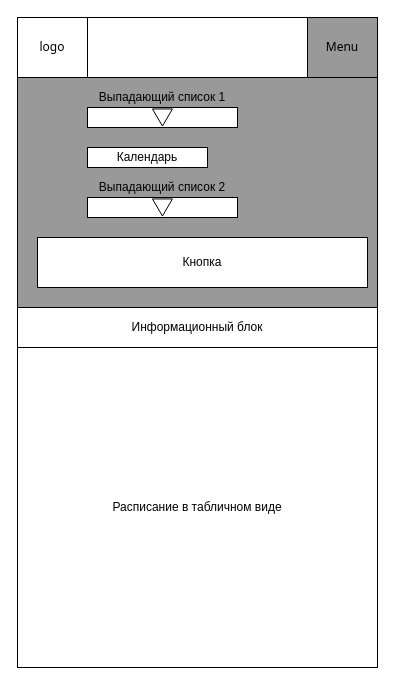
Earlier version of the draw.io diagram page "on mobile" (2 of 2) of my design.drawio (Sayikoro/DBFRead). Source tidied: cells renumbered, new cells numbered last; positions are measured from the earlier drawing's top-left corner, leaving out a move shared by most shapes. Both pictures are drawn from the tidied source at 100%, with x=0, y=0 at pixel (17, 17).
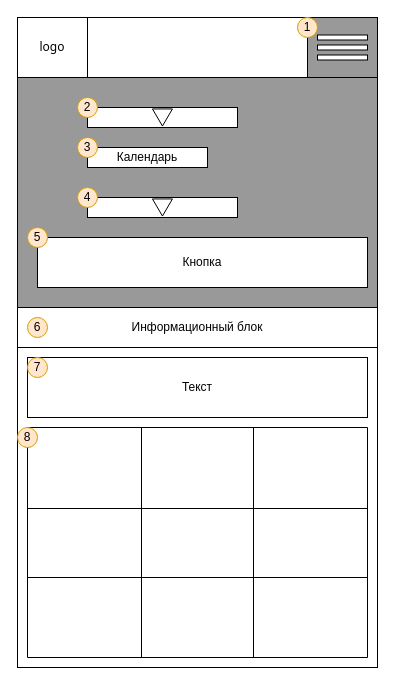
The same diagram, later.

Unchanged cells that the change refers to:
```xml
<mxCell id="11" style="group;" parent="1" vertex="1">
  <mxGeometry x="70" y="180" width="150" height="20" as="geometry" />
</mxCell>
```

The edit, as a diff of the source:
```diff
@@
-    <mxCell id="5" value="Menu" style="rounded=0;whiteSpace=wrap;html=1;fontFamily=Tahoma;align=center;labelBackgroundColor=none;fillColor=#999999;" parent="1" vertex="1">
+    <mxCell id="5" style="rounded=0;whiteSpace=wrap;html=1;fontFamily=Tahoma;align=center;labelBackgroundColor=none;fillColor=#999999;" parent="1" vertex="1">
       <mxGeometry x="290" width="70" height="60" as="geometry" />
     </mxCell>
@@
+    <mxCell id="19" value="4" style="ellipse;whiteSpace=wrap;html=1;fillColor=#ffe6cc;strokeColor=#d79b00;" parent="11" vertex="1">
+      <mxGeometry x="-10" y="-10" width="20" height="20" as="geometry" />
+    </mxCell>
@@
-    <mxCell id="17" value="Выпадающий список 1" style="text;html=1;strokeColor=none;fillColor=none;align=center;verticalAlign=middle;whiteSpace=wrap;rounded=0;fontColor=#000000;" parent="1" vertex="1">
-      <mxGeometry x="70" y="70" width="150" height="20" as="geometry" />
-    </mxCell>
-    <mxCell id="18" value="Выпадающий список 2" style="text;html=1;strokeColor=none;fillColor=none;align=center;verticalAlign=middle;whiteSpace=wrap;rounded=0;fontColor=#000000;" parent="1" vertex="1">
-      <mxGeometry x="70" y="160" width="150" height="20" as="geometry" />
-    </mxCell>
+    <mxCell id="20" style="shape=table;html=1;whiteSpace=wrap;startSize=0;childLayout=tableLayout;" parent="1" vertex="1">
+      <mxGeometry x="10" y="410" width="340" height="230" as="geometry" />
+    </mxCell>
+    <mxCell id="21" style="shape=partialRectangle;html=1;whiteSpace=wrap;fillColor=none;top=0;left=0;bottom=0;right=0;" parent="20" vertex="1">
+      <mxGeometry width="340" height="81" as="geometry" />
+    </mxCell>
+    <mxCell id="22" style="shape=partialRectangle;html=1;whiteSpace=wrap;fillColor=none;top=0;left=0;bottom=0;right=0;overflow=hidden;" parent="21" vertex="1">
+      <mxGeometry width="114" height="81" as="geometry" />
+    </mxCell>
+    <mxCell id="23" style="shape=partialRectangle;html=1;whiteSpace=wrap;fillColor=none;top=0;left=0;bottom=0;right=0;overflow=hidden;" parent="21" vertex="1">
+      <mxGeometry x="114" width="112" height="81" as="geometry" />
+    </mxCell>
+    <mxCell id="24" style="shape=partialRectangle;html=1;whiteSpace=wrap;fillColor=none;top=0;left=0;bottom=0;right=0;overflow=hidden;" parent="21" vertex="1">
+      <mxGeometry x="226" width="114" height="81" as="geometry" />
+    </mxCell>
+    <mxCell id="25" style="shape=partialRectangle;html=1;whiteSpace=wrap;fillColor=none;top=0;left=0;bottom=0;right=0;" parent="20" vertex="1">
+      <mxGeometry y="81" width="340" height="69" as="geometry" />
+    </mxCell>
+    <mxCell id="26" style="shape=partialRectangle;html=1;whiteSpace=wrap;fillColor=none;top=0;left=0;bottom=0;right=0;overflow=hidden;" parent="25" vertex="1">
+      <mxGeometry width="114" height="69" as="geometry" />
+    </mxCell>
+    <mxCell id="27" style="shape=partialRectangle;html=1;whiteSpace=wrap;fillColor=none;top=0;left=0;bottom=0;right=0;overflow=hidden;" parent="25" vertex="1">
+      <mxGeometry x="114" width="112" height="69" as="geometry" />
+    </mxCell>
+    <mxCell id="28" style="shape=partialRectangle;html=1;whiteSpace=wrap;fillColor=none;top=0;left=0;bottom=0;right=0;overflow=hidden;" parent="25" vertex="1">
+      <mxGeometry x="226" width="114" height="69" as="geometry" />
+    </mxCell>
+    <mxCell id="29" style="shape=partialRectangle;html=1;whiteSpace=wrap;fillColor=none;top=0;left=0;bottom=0;right=0;" parent="20" vertex="1">
+      <mxGeometry y="150" width="340" height="80" as="geometry" />
+    </mxCell>
+    <mxCell id="30" style="shape=partialRectangle;html=1;whiteSpace=wrap;fillColor=none;top=0;left=0;bottom=0;right=0;overflow=hidden;" parent="29" vertex="1">
+      <mxGeometry width="114" height="80" as="geometry" />
+    </mxCell>
+    <mxCell id="31" style="shape=partialRectangle;html=1;whiteSpace=wrap;fillColor=none;top=0;left=0;bottom=0;right=0;overflow=hidden;" parent="29" vertex="1">
+      <mxGeometry x="114" width="112" height="80" as="geometry" />
+    </mxCell>
+    <mxCell id="32" style="shape=partialRectangle;html=1;whiteSpace=wrap;fillColor=none;top=0;left=0;bottom=0;right=0;overflow=hidden;" parent="29" vertex="1">
+      <mxGeometry x="226" width="114" height="80" as="geometry" />
+    </mxCell>
+    <mxCell id="33" value="Текст" style="rounded=0;whiteSpace=wrap;html=1;" parent="1" vertex="1">
+      <mxGeometry x="10" y="340" width="340" height="60" as="geometry" />
+    </mxCell>
+    <mxCell id="34" style="rounded=0;whiteSpace=wrap;html=1;" parent="1" vertex="1">
+      <mxGeometry x="300" y="17.5" width="50" height="5" as="geometry" />
+    </mxCell>
+    <mxCell id="35" style="rounded=0;whiteSpace=wrap;html=1;" parent="1" vertex="1">
+      <mxGeometry x="300" y="27.5" width="50" height="5" as="geometry" />
+    </mxCell>
+    <mxCell id="36" style="rounded=0;whiteSpace=wrap;html=1;" parent="1" vertex="1">
+      <mxGeometry x="300" y="37.5" width="50" height="5" as="geometry" />
+    </mxCell>
+    <mxCell id="37" value="1" style="ellipse;whiteSpace=wrap;html=1;fillColor=#ffe6cc;strokeColor=#d79b00;" parent="1" vertex="1">
+      <mxGeometry x="280" width="20" height="20" as="geometry" />
+    </mxCell>
+    <mxCell id="38" value="2" style="ellipse;whiteSpace=wrap;html=1;fillColor=#ffe6cc;strokeColor=#d79b00;" parent="1" vertex="1">
+      <mxGeometry x="60" y="80" width="20" height="20" as="geometry" />
+    </mxCell>
+    <mxCell id="39" value="3" style="ellipse;whiteSpace=wrap;html=1;fillColor=#ffe6cc;strokeColor=#d79b00;" parent="1" vertex="1">
+      <mxGeometry x="60" y="120" width="20" height="20" as="geometry" />
+    </mxCell>
+    <mxCell id="40" value="5" style="ellipse;whiteSpace=wrap;html=1;fillColor=#ffe6cc;strokeColor=#d79b00;" parent="1" vertex="1">
+      <mxGeometry x="10" y="210" width="20" height="20" as="geometry" />
+    </mxCell>
+    <mxCell id="41" value="6" style="ellipse;whiteSpace=wrap;html=1;fillColor=#ffe6cc;strokeColor=#d79b00;" parent="1" vertex="1">
+      <mxGeometry x="10" y="300" width="20" height="20" as="geometry" />
+    </mxCell>
+    <mxCell id="42" value="7" style="ellipse;whiteSpace=wrap;html=1;fillColor=#ffe6cc;strokeColor=#d79b00;" parent="1" vertex="1">
+      <mxGeometry x="10" y="340" width="20" height="20" as="geometry" />
+    </mxCell>
+    <mxCell id="43" value="8" style="ellipse;whiteSpace=wrap;html=1;fillColor=#ffe6cc;strokeColor=#d79b00;" parent="1" vertex="1">
+      <mxGeometry y="410" width="20" height="20" as="geometry" />
+    </mxCell>
```
